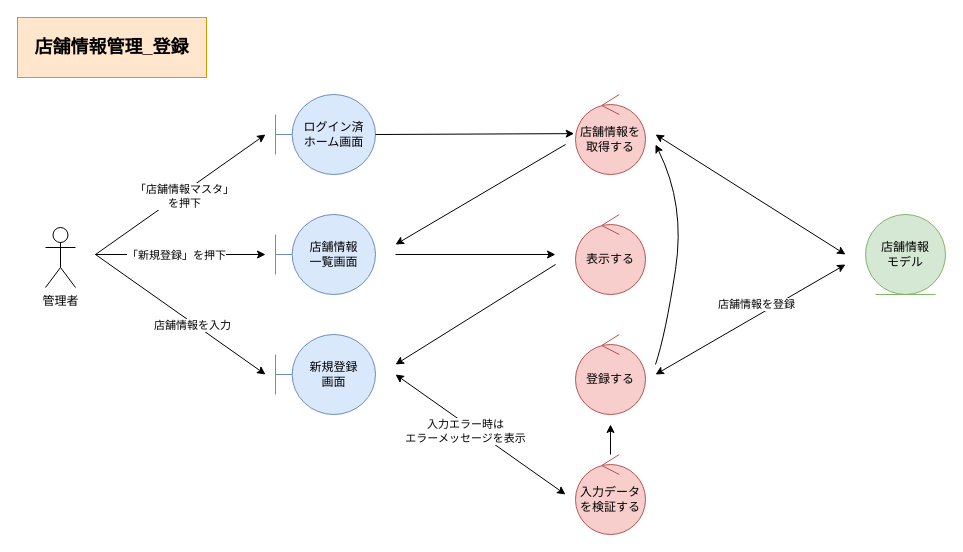
Before: page "*店舗情報管理_登録" (1 of 4) of 各種設計書/3ロバストネス図/マスタ管理/F02店舗マスタ.drawio in HaruShim/Sotuken, a draw.io diagram. Source tidied: cells renumbered, new cells numbered last; positions are measured from the earlier drawing's top-left corner, leaving out a move shared by most shapes. Both pictures are drawn from the tidied source at 100%, with x=0, y=0 at pixel (17, 17).
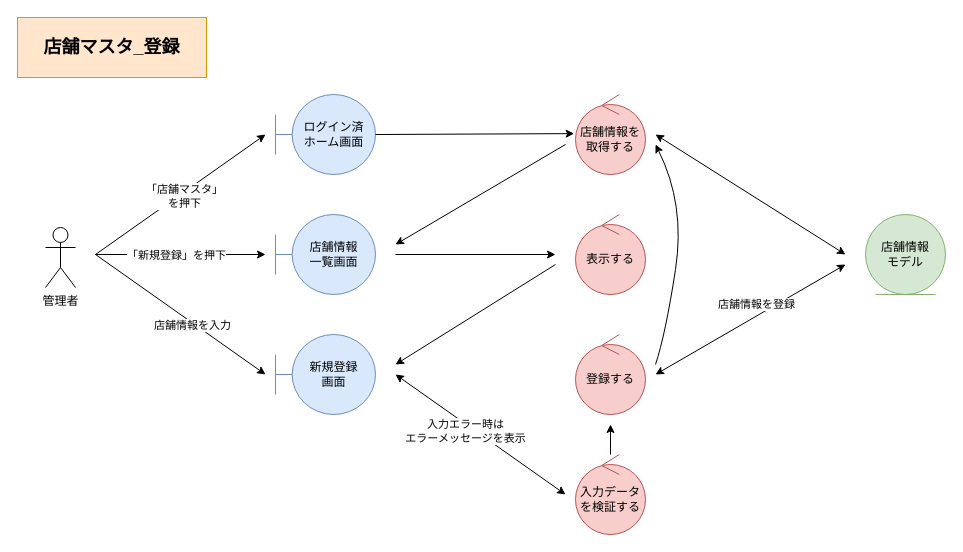
The same diagram, later.

Unchanged cells that the change refers to:
```xml
<mxCell id="21" style="endArrow=classic;html=1;rounded=0;" parent="1" edge="1">
  <mxGeometry relative="1" as="geometry">
    <mxPoint x="78" y="237" as="sourcePoint" />
    <mxPoint x="248" y="117" as="targetPoint" />
  </mxGeometry>
</mxCell>
```

What changed in the source:
```diff
@@
-    <mxCell id="19" value="店舗情報管理_登録" style="rounded=0;whiteSpace=wrap;html=1;fillColor=#ffe6cc;strokeColor=#d79b00;fontStyle=1;fontSize=18;" parent="1" vertex="1">
+    <mxCell id="19" value="店舗マスタ_登録" style="rounded=0;whiteSpace=wrap;html=1;fillColor=#ffe6cc;strokeColor=#d79b00;fontStyle=1;fontSize=18;" parent="1" vertex="1">
       <mxGeometry width="189" height="60" as="geometry" />
     </mxCell>
@@
-    <mxCell id="22" value="「店舗情報マスタ」&lt;br&gt;を押下" style="edgeLabel;html=1;align=center;verticalAlign=middle;" parent="21" vertex="1">
+    <mxCell id="22" value="「店舗マスタ」&lt;br&gt;を押下" style="edgeLabel;html=1;align=center;verticalAlign=middle;" parent="21" vertex="1">
       <mxGeometry x="-0.22" relative="1" as="geometry">
         <mxPoint x="22" y="-12" as="offset" />
       </mxGeometry>
     </mxCell>
```
